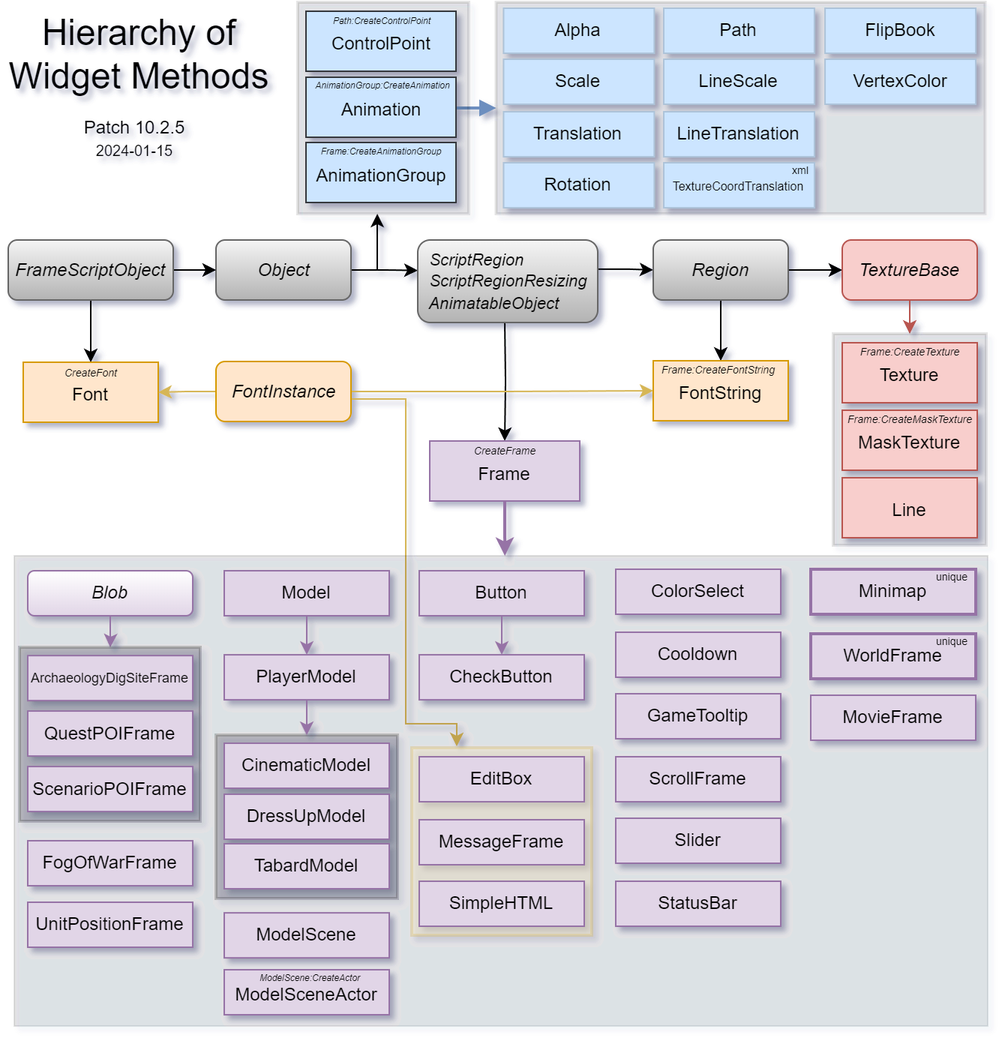
Earlier version of the draw.io export Resources/WidgetHierarchy.png (Ketho/BlizzardInterfaceResources). Source tidied: cells renumbered, new cells last; positions are measured from the earlier drawing's top-left corner, leaving out a move shared by most shapes.
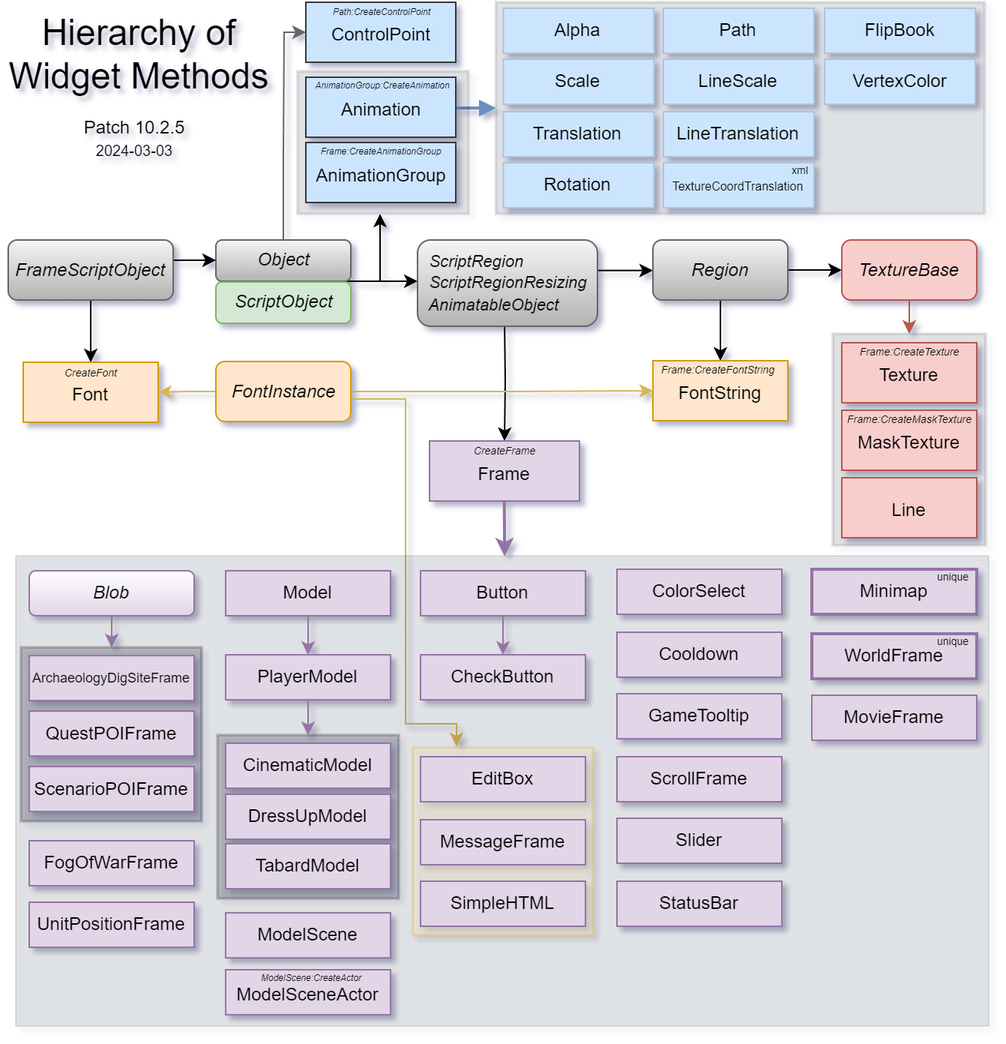
After the change.

The edit, as a diff of the source:
```diff
@@ -2,22 +2,39 @@
   <root>
     <mxCell id="0" />
     <mxCell id="1" parent="0" />
-    <mxCell id="2" style="edgeStyle=orthogonalEdgeStyle;rounded=0;jettySize=auto;html=1;fontSize=14;" parent="1" edge="1" source="4" target="38">
-      <mxGeometry relative="1" as="geometry">
-        <Array as="points">
-          <mxPoint x="251" y="179" />
-          <mxPoint x="251" y="68" />
-        </Array>
-      </mxGeometry>
-    </mxCell>
-    <mxCell id="3" style="edgeStyle=orthogonalEdgeStyle;rounded=0;jettySize=auto;html=1;strokeWidth=1;fontSize=7;entryX=0;entryY=0.369;entryDx=0;entryDy=0;entryPerimeter=0;" parent="1" edge="1" source="4" target="13">
-      <mxGeometry relative="1" as="geometry" />
-    </mxCell>
+    <mxCell id="109" style="edgeStyle=orthogonalEdgeStyle;rounded=0;jettySize=auto;html=1;strokeColor=#666666;align=center;verticalAlign=middle;fontFamily=Helvetica;fontSize=11;fontColor=default;fontStyle=1;labelBackgroundColor=default;endArrow=classic;fillColor=#f5f5f5;gradientColor=#b3b3b3;" parent="1" edge="1" source="4" target="45">
+      <mxGeometry relative="1" as="geometry">
+        <Array as="points">
+          <mxPoint x="189" y="99" />
+          <mxPoint x="189" y="99" />
+          <mxPoint x="189" y="20" />
+        </Array>
+      </mxGeometry>
+    </mxCell>
+    <mxCell id="110" style="edgeStyle=none;rounded=0;orthogonalLoop=1;jettySize=auto;html=1;strokeColor=default;align=center;verticalAlign=middle;fontFamily=Helvetica;fontSize=11;fontColor=default;fontStyle=1;labelBackgroundColor=default;endArrow=classic;exitX=1;exitY=1;exitDx=0;exitDy=0;entryX=0.017;entryY=0.478;entryDx=0;entryDy=0;entryPerimeter=0;" parent="1" edge="1">
+      <mxGeometry relative="1" as="geometry">
+        <mxPoint x="230.5" y="186" as="sourcePoint" />
+        <mxPoint x="278" y="186" as="targetPoint" />
+      </mxGeometry>
+    </mxCell>
+    <mxCell id="111" style="edgeStyle=orthogonalEdgeStyle;rounded=0;jettySize=auto;html=1;strokeColor=default;align=center;verticalAlign=middle;fontFamily=Helvetica;fontSize=11;fontColor=default;fontStyle=1;labelBackgroundColor=default;endArrow=classic;exitX=1;exitY=1;exitDx=0;exitDy=0;" parent="1" edge="1" target="38">
+      <mxGeometry relative="1" as="geometry">
+        <mxPoint x="231.5" y="186" as="sourcePoint" />
+        <Array as="points">
+          <mxPoint x="253" y="186" />
+        </Array>
+      </mxGeometry>
+    </mxCell>
     <mxCell id="4" value="Object" style="rounded=1;whiteSpace=wrap;html=1;fillColor=#f5f5f5;strokeColor=#666666;gradientDirection=south;gradientColor=#b3b3b3;fontStyle=2;" parent="1" vertex="1">
-      <mxGeometry x="143.5" y="158.5" width="90" height="40" as="geometry" />
+      <mxGeometry x="143.5" y="158.5" width="90" height="27.5" as="geometry" />
     </mxCell>
     <mxCell id="5" style="edgeStyle=orthogonalEdgeStyle;rounded=0;jettySize=auto;html=1;fontStyle=1;" parent="1" edge="1" source="7" target="4">
-      <mxGeometry relative="1" as="geometry" />
+      <mxGeometry relative="1" as="geometry">
+        <Array as="points">
+          <mxPoint x="130" y="172" />
+          <mxPoint x="130" y="172" />
+        </Array>
+      </mxGeometry>
     </mxCell>
     <mxCell id="6" style="edgeStyle=orthogonalEdgeStyle;rounded=0;jettySize=auto;html=1;fontSize=14;" parent="1" edge="1" source="7" target="21">
       <mxGeometry relative="1" as="geometry" />
@@ -35,11 +52,16 @@
     <mxCell id="9" value="&lt;font style=&quot;font-size: 24px&quot;&gt;Hierarchy of&lt;br&gt;Widget Methods&lt;/font&gt;" style="text;html=1;align=center;verticalAlign=top;spacingTop=-4;" parent="1" vertex="1">
       <mxGeometry y="4" width="184" height="35" as="geometry" />
     </mxCell>
-    <mxCell id="10" value="&lt;font style=&quot;&quot; color=&quot;#000000&quot;&gt;&lt;font style=&quot;font-size: 12px;&quot;&gt;Patch 10.2.5&lt;/font&gt;&lt;br&gt;&lt;span style=&quot;font-size: 10px;&quot;&gt;2024-01-15&lt;/span&gt;&lt;/font&gt;" style="text;html=1;align=center;verticalAlign=middle;fillColor=none;strokeColor=none;rounded=0;fontColor=#9673A6;" parent="1" vertex="1">
+    <mxCell id="10" value="&lt;font style=&quot;&quot; color=&quot;#000000&quot;&gt;&lt;font style=&quot;font-size: 12px;&quot;&gt;Patch 10.2.5&lt;/font&gt;&lt;br&gt;&lt;span style=&quot;font-size: 10px;&quot;&gt;2024-03-03&lt;/span&gt;&lt;/font&gt;" style="text;html=1;align=center;verticalAlign=middle;fillColor=none;strokeColor=none;rounded=0;fontColor=#9673A6;" parent="1" vertex="1">
       <mxGeometry x="44" y="71" width="90" height="40" as="geometry" />
     </mxCell>
     <mxCell id="11" style="edgeStyle=orthogonalEdgeStyle;rounded=0;jettySize=auto;html=1;fontSize=14;exitX=1.003;exitY=0.353;exitDx=0;exitDy=0;exitPerimeter=0;" parent="1" edge="1" source="13" target="16">
-      <mxGeometry relative="1" as="geometry" />
+      <mxGeometry relative="1" as="geometry">
+        <Array as="points">
+          <mxPoint x="420" y="179" />
+          <mxPoint x="420" y="179" />
+        </Array>
+      </mxGeometry>
     </mxCell>
     <mxCell id="12" style="edgeStyle=orthogonalEdgeStyle;rounded=0;jettySize=auto;html=1;fontSize=14;" parent="1" edge="1" target="30">
       <mxGeometry relative="1" as="geometry">
@@ -47,7 +69,7 @@
       </mxGeometry>
     </mxCell>
     <mxCell id="13" value="&lt;font style=&quot;font-size: 11px;&quot;&gt;&amp;nbsp; ScriptRegion&lt;br&gt;&amp;nbsp; ScriptRegionResizing&lt;br&gt;&amp;nbsp; AnimatableObject&lt;/font&gt;" style="rounded=1;whiteSpace=wrap;html=1;fillColor=#f5f5f5;strokeColor=#666666;gradientColor=#b3b3b3;align=left;fontStyle=2;" parent="1" vertex="1">
-      <mxGeometry x="278" y="158.5" width="120" height="55" as="geometry" />
+      <mxGeometry x="278" y="158.5" width="120" height="57.5" as="geometry" />
     </mxCell>
     <mxCell id="14" style="edgeStyle=orthogonalEdgeStyle;rounded=0;jettySize=auto;html=1;fontSize=14;" parent="1" edge="1" source="16" target="18">
       <mxGeometry relative="1" as="geometry" />
@@ -88,8 +110,11 @@
     <mxCell id="26" value="Frame:CreateFontString" style="text;html=1;align=left;verticalAlign=top;spacingTop=-4;fontSize=7;fontStyle=2;" parent="23" vertex="1">
       <mxGeometry x="3.5" width="85" height="8" as="geometry" />
     </mxCell>
-    <mxCell id="27" style="edgeStyle=orthogonalEdgeStyle;rounded=0;jettySize=auto;html=1;entryX=0.504;entryY=0;entryDx=0;entryDy=0;entryPerimeter=0;strokeWidth=2;fillColor=#e1d5e7;strokeColor=#9673a6;" parent="1" edge="1" source="30" target="71">
-      <mxGeometry relative="1" as="geometry" />
+    <mxCell id="27" style="edgeStyle=orthogonalEdgeStyle;rounded=0;orthogonalLoop=1;jettySize=auto;html=1;entryX=0.495;entryY=0.001;entryDx=0;entryDy=0;entryPerimeter=0;strokeWidth=2;fillColor=#e1d5e7;strokeColor=#9673a6;" parent="1" edge="1">
+      <mxGeometry relative="1" as="geometry">
+        <mxPoint x="335.9" y="332.5" as="sourcePoint" />
+        <mxPoint x="336.1" y="369.3" as="targetPoint" />
+      </mxGeometry>
     </mxCell>
     <mxCell id="28" style="group;" parent="1" vertex="1">
       <mxGeometry x="286" y="292" width="100" height="40.5" as="geometry" />
@@ -126,36 +151,6 @@
     <mxCell id="36" value="FontInstance" style="rounded=1;whiteSpace=wrap;html=1;fillColor=#ffe6cc;strokeColor=#d79b00;gradientDirection=south;fontStyle=2;" parent="1" vertex="1">
       <mxGeometry x="143.5" y="239.5" width="90" height="40" as="geometry" />
     </mxCell>
-    <mxCell id="37" style="group;" parent="1" vertex="1">
-      <mxGeometry x="198" width="114" height="141" as="geometry" />
-    </mxCell>
-    <mxCell id="38" style="rounded=0;whiteSpace=wrap;html=1;shadow=0;glass=0;comic=0;labelBackgroundColor=#ffffff;fillColor=#000000;gradientColor=none;fontSize=10;opacity=10;align=center;strokeColor=default;strokeWidth=2;" parent="37" vertex="1">
-      <mxGeometry width="114" height="141" as="geometry" />
-    </mxCell>
-    <mxCell id="39" value="AnimationGroup" style="rounded=0;whiteSpace=wrap;html=1;shadow=0;glass=0;comic=0;fillColor=#cce5ff;strokeColor=#36393d;spacingTop=4;" parent="37" vertex="1">
-      <mxGeometry x="5.5" y="93.5" width="100" height="40" as="geometry" />
-    </mxCell>
-    <mxCell id="40" value="&lt;font style=&quot;font-size: 6px;&quot;&gt;Frame:CreateAnimationGroup&lt;/font&gt;" style="text;html=1;strokeColor=none;fillColor=none;align=center;verticalAlign=middle;whiteSpace=wrap;rounded=0;shadow=0;glass=1;comic=0;fontSize=6;opacity=10;labelBorderColor=none;labelBackgroundColor=none;fontStyle=2;" parent="37" vertex="1">
-      <mxGeometry x="35.5" y="90" width="40" height="20" as="geometry" />
-    </mxCell>
-    <mxCell id="41" style="group;" parent="37" vertex="1">
-      <mxGeometry x="5.5" y="45" width="100" height="45" as="geometry" />
-    </mxCell>
-    <mxCell id="42" value="Animation" style="rounded=0;whiteSpace=wrap;html=1;shadow=0;glass=0;comic=0;fillColor=#cce5ff;strokeColor=#36393d;spacingTop=4;" parent="41" vertex="1">
-      <mxGeometry y="5" width="100" height="40" as="geometry" />
-    </mxCell>
-    <mxCell id="43" value="&lt;font style=&quot;font-size: 6px;&quot;&gt;AnimationGroup:CreateAnimation&lt;/font&gt;" style="text;html=1;strokeColor=none;fillColor=none;align=center;verticalAlign=middle;whiteSpace=wrap;rounded=0;shadow=0;glass=1;comic=0;fontSize=6;opacity=10;labelBorderColor=none;labelBackgroundColor=none;fontStyle=2;" parent="41" vertex="1">
-      <mxGeometry x="31" y="1" width="40" height="20" as="geometry" />
-    </mxCell>
-    <mxCell id="44" style="group;" parent="37" vertex="1">
-      <mxGeometry x="5.5" y="5" width="100" height="41" as="geometry" />
-    </mxCell>
-    <mxCell id="45" value="ControlPoint" style="rounded=0;whiteSpace=wrap;html=1;shadow=0;glass=0;comic=0;fillColor=#cce5ff;strokeColor=#36393d;spacingTop=4;" parent="44" vertex="1">
-      <mxGeometry y="1" width="100" height="40" as="geometry" />
-    </mxCell>
-    <mxCell id="46" value="&lt;font style=&quot;font-size: 6px;&quot;&gt;Path:Creat&lt;font style=&quot;font-size: 6px;&quot;&gt;eCo&lt;/font&gt;ntrolPoint&lt;/font&gt;" style="text;html=1;align=center;verticalAlign=top;spacingTop=-4;fontSize=6;fontStyle=2;" parent="37" vertex="1">
-      <mxGeometry x="14" y="7" width="83" height="13" as="geometry" />
-    </mxCell>
     <mxCell id="47" style="group;" parent="1" vertex="1">
       <mxGeometry x="330.2" width="326" height="141" as="geometry" />
     </mxCell>
@@ -226,7 +221,7 @@
       <mxGeometry x="0.5" y="51" width="101" height="14" as="geometry" />
     </mxCell>
     <mxCell id="70" style="group;" parent="1" vertex="1">
-      <mxGeometry x="9" y="369" width="649" height="313.5" as="geometry" />
+      <mxGeometry x="10" y="369" width="649" height="313.5" as="geometry" />
     </mxCell>
     <mxCell id="71" style="rounded=0;whiteSpace=wrap;html=1;fillColor=#000000;opacity=10;" parent="70" vertex="1">
       <mxGeometry width="649" height="313.5" as="geometry" />
@@ -346,5 +341,35 @@
     <mxCell id="108" style="edgeStyle=orthogonalEdgeStyle;rounded=0;jettySize=auto;html=1;fillColor=#e1d5e7;strokeColor=#9673a6;" parent="70" edge="1" source="106" target="107">
       <mxGeometry relative="1" as="geometry" />
     </mxCell>
+    <mxCell id="112" value="ScriptObject" style="rounded=1;whiteSpace=wrap;html=1;fillColor=#d5e8d4;strokeColor=#82b366;gradientDirection=south;fontStyle=2;" parent="1" vertex="1">
+      <mxGeometry x="143.5" y="186.5" width="90" height="27.5" as="geometry" />
+    </mxCell>
+    <mxCell id="113" style="group;" parent="1" vertex="1">
+      <mxGeometry x="198" y="46" width="114" height="95" as="geometry" />
+    </mxCell>
+    <mxCell id="38" style="rounded=0;whiteSpace=wrap;html=1;shadow=0;glass=0;comic=0;labelBackgroundColor=#ffffff;fillColor=#000000;gradientColor=none;fontSize=10;opacity=10;align=center;strokeColor=default;strokeWidth=2;" parent="113" vertex="1">
+      <mxGeometry width="114" height="95" as="geometry" />
+    </mxCell>
+    <mxCell id="39" value="AnimationGroup" style="rounded=0;whiteSpace=wrap;html=1;shadow=0;glass=0;comic=0;fillColor=#cce5ff;strokeColor=#36393d;spacingTop=4;" parent="113" vertex="1">
+      <mxGeometry x="5.5" y="47.5" width="100" height="40" as="geometry" />
+    </mxCell>
+    <mxCell id="40" value="&lt;font style=&quot;font-size: 6px;&quot;&gt;Frame:CreateAnimationGroup&lt;/font&gt;" style="text;html=1;strokeColor=none;fillColor=none;align=center;verticalAlign=middle;whiteSpace=wrap;rounded=0;shadow=0;glass=1;comic=0;fontSize=6;opacity=10;labelBorderColor=none;labelBackgroundColor=none;fontStyle=2;" parent="113" vertex="1">
+      <mxGeometry x="35.5" y="44" width="40" height="20" as="geometry" />
+    </mxCell>
+    <mxCell id="42" value="Animation" style="rounded=0;whiteSpace=wrap;html=1;shadow=0;glass=0;comic=0;fillColor=#cce5ff;strokeColor=#36393d;spacingTop=4;" parent="113" vertex="1">
+      <mxGeometry x="5.5" y="4" width="100" height="40" as="geometry" />
+    </mxCell>
+    <mxCell id="43" value="&lt;font style=&quot;font-size: 6px;&quot;&gt;AnimationGroup:CreateAnimation&lt;/font&gt;" style="text;html=1;strokeColor=none;fillColor=none;align=center;verticalAlign=middle;whiteSpace=wrap;rounded=0;shadow=0;glass=1;comic=0;fontSize=6;opacity=10;labelBorderColor=none;labelBackgroundColor=none;fontStyle=2;" parent="113" vertex="1">
+      <mxGeometry x="36.5" width="40" height="20" as="geometry" />
+    </mxCell>
+    <mxCell id="114" style="group;" parent="1" vertex="1">
+      <mxGeometry x="203.5" width="100" height="40" as="geometry" />
+    </mxCell>
+    <mxCell id="45" value="ControlPoint" style="rounded=0;whiteSpace=wrap;html=1;shadow=0;glass=0;comic=0;fillColor=#cce5ff;strokeColor=#36393d;spacingTop=4;" parent="114" vertex="1">
+      <mxGeometry width="100" height="40" as="geometry" />
+    </mxCell>
+    <mxCell id="46" value="&lt;font style=&quot;font-size: 6px;&quot;&gt;Path:Creat&lt;font style=&quot;font-size: 6px;&quot;&gt;eCo&lt;/font&gt;ntrolPoint&lt;/font&gt;" style="text;html=1;align=center;verticalAlign=top;spacingTop=-4;fontSize=6;fontStyle=2;" parent="114" vertex="1">
+      <mxGeometry x="8.5" y="1" width="83" height="13" as="geometry" />
+    </mxCell>
   </root>
 </mxGraphModel>
```
